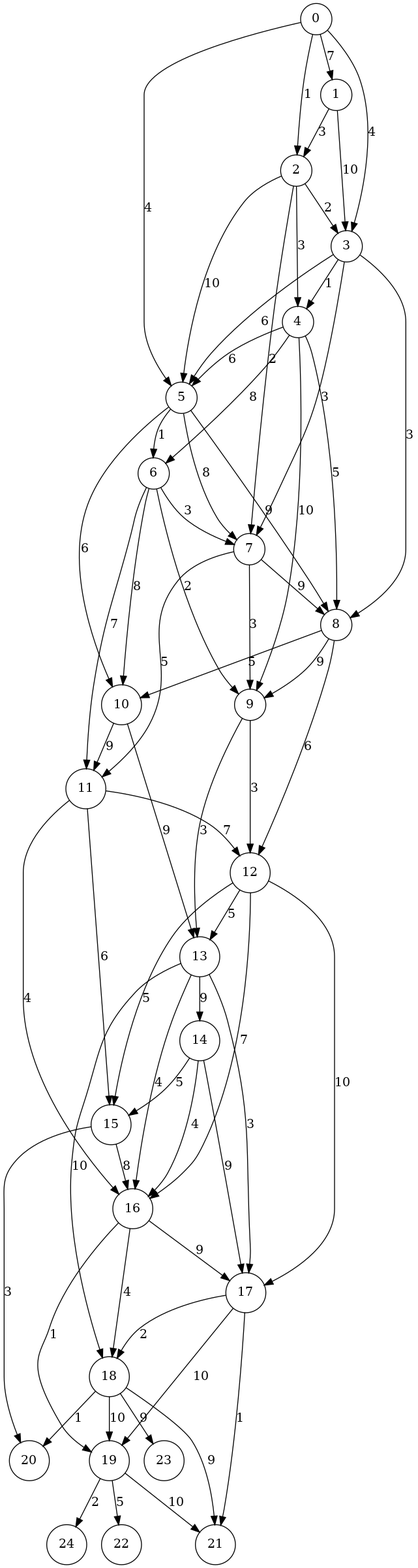
kaygun/ford-fulkerson keeps this Graphviz diagram as figures/graph9.png. Above is the earlier version. Its source is kept beside it as figures/graph9.dot.
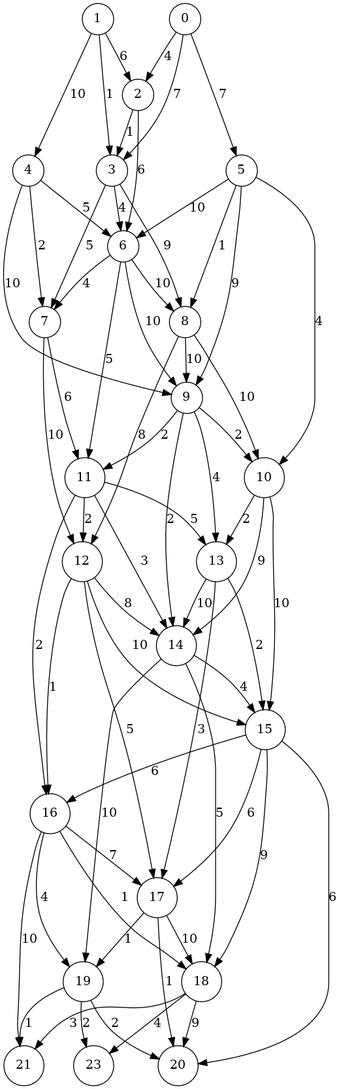
After the commit.

Change to the diagram source:
```diff
@@ -1,68 +1,68 @@
 digraph G {
 node[shape=circle];
-"16" -> "19" [label=1];
-"8" -> "9" [label=9];
-"18" -> "23" [label=9];
-"7" -> "11" [label=5];
-"12" -> "17" [label=10];
-"14" -> "17" [label=9];
-"2" -> "3" [label=2];
-"2" -> "5" [label=10];
-"15" -> "16" [label=8];
-"10" -> "13" [label=9];
-"6" -> "7" [label=3];
-"12" -> "13" [label=5];
-"5" -> "10" [label=6];
-"0" -> "5" [label=4];
-"3" -> "4" [label=1];
-"19" -> "24" [label=2];
-"17" -> "18" [label=2];
-"19" -> "22" [label=5];
-"18" -> "19" [label=10];
-"7" -> "8" [label=9];
-"8" -> "10" [label=5];
-"9" -> "12" [label=3];
+"16" -> "19" [label=4];
+"10" -> "14" [label=9];
+"8" -> "9" [label=10];
+"7" -> "12" [label=10];
+"18" -> "23" [label=4];
+"13" -> "15" [label=2];
+"7" -> "11" [label=6];
+"12" -> "17" [label=5];
+"10" -> "15" [label=10];
+"2" -> "3" [label=1];
+"15" -> "16" [label=6];
+"10" -> "13" [label=2];
+"15" -> "17" [label=6];
+"6" -> "7" [label=4];
+"12" -> "14" [label=8];
+"5" -> "10" [label=4];
+"0" -> "5" [label=7];
+"17" -> "18" [label=10];
+"11" -> "14" [label=3];
+"19" -> "23" [label=2];
+"11" -> "13" [label=5];
+"8" -> "10" [label=10];
+"14" -> "19" [label=10];
+"4" -> "7" [label=2];
 "4" -> "9" [label=10];
-"15" -> "20" [label=3];
-"4" -> "6" [label=8];
-"14" -> "15" [label=5];
-"5" -> "7" [label=8];
-"11" -> "12" [label=7];
-"1" -> "3" [label=10];
-"4" -> "8" [label=5];
-"10" -> "11" [label=9];
-"16" -> "17" [label=9];
-"0" -> "3" [label=4];
-"5" -> "6" [label=1];
-"5" -> "8" [label=9];
-"16" -> "18" [label=4];
-"6" -> "11" [label=7];
-"7" -> "9" [label=3];
-"2" -> "7" [label=2];
+"15" -> "20" [label=6];
+"4" -> "6" [label=5];
+"14" -> "15" [label=4];
+"1" -> "4" [label=10];
+"11" -> "12" [label=2];
+"1" -> "3" [label=1];
+"9" -> "14" [label=2];
+"16" -> "17" [label=7];
+"15" -> "18" [label=9];
+"0" -> "3" [label=7];
+"5" -> "6" [label=10];
+"5" -> "8" [label=1];
+"16" -> "18" [label=1];
+"6" -> "8" [label=10];
+"9" -> "11" [label=2];
+"6" -> "11" [label=5];
 "13" -> "17" [label=3];
-"2" -> "4" [label=3];
-"12" -> "15" [label=5];
-"4" -> "5" [label=6];
-"0" -> "2" [label=1];
-"6" -> "9" [label=2];
-"11" -> "15" [label=6];
-"19" -> "21" [label=10];
-"9" -> "13" [label=3];
-"13" -> "16" [label=4];
-"13" -> "18" [label=10];
-"6" -> "10" [label=8];
-"3" -> "8" [label=3];
-"14" -> "16" [label=4];
-"17" -> "19" [label=10];
-"3" -> "7" [label=3];
-"18" -> "21" [label=9];
-"8" -> "12" [label=6];
-"12" -> "16" [label=7];
-"1" -> "2" [label=3];
-"18" -> "20" [label=1];
-"3" -> "5" [label=6];
-"13" -> "14" [label=9];
-"11" -> "16" [label=4];
-"0" -> "1" [label=7];
-"17" -> "21" [label=1];
+"5" -> "9" [label=9];
+"3" -> "6" [label=4];
+"12" -> "15" [label=10];
+"0" -> "2" [label=4];
+"6" -> "9" [label=10];
+"19" -> "21" [label=1];
+"14" -> "18" [label=5];
+"9" -> "13" [label=4];
+"3" -> "8" [label=9];
+"17" -> "19" [label=1];
+"3" -> "7" [label=5];
+"18" -> "21" [label=3];
+"2" -> "6" [label=6];
+"9" -> "10" [label=2];
+"8" -> "12" [label=8];
+"16" -> "21" [label=10];
+"12" -> "16" [label=1];
+"1" -> "2" [label=6];
+"18" -> "20" [label=9];
+"13" -> "14" [label=10];
+"19" -> "20" [label=2];
+"11" -> "16" [label=2];
+"17" -> "20" [label=1];
 }
```
